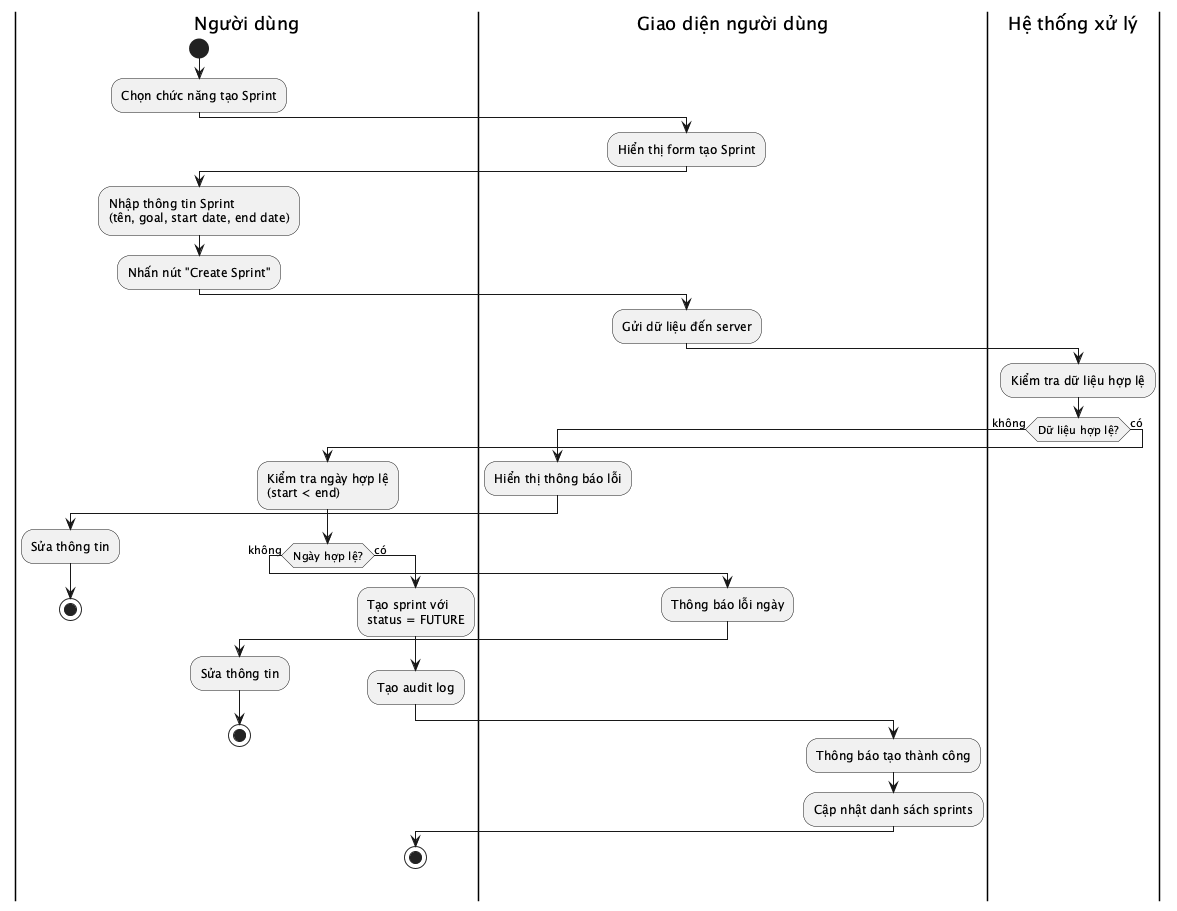
This is reports/dat-examples/report/images/act_create_sprint.png from toantran292/datn, a PlantUML export, as it was before one commit.
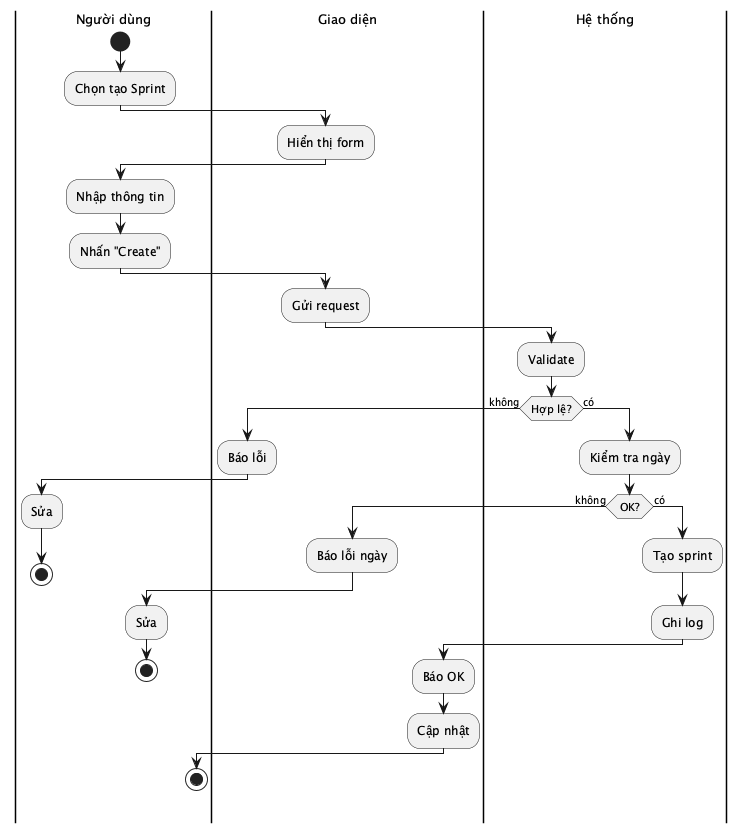
After the change.

Change to the diagram source:
```diff
@@ -1,39 +1,49 @@
 @startuml act_create_sprint
+skinparam defaultFontSize 13
+skinparam activityFontSize 12
+skinparam activityDiamondFontSize 11
+skinparam activityArrowFontSize 10
+skinparam partitionFontSize 13
+
 |Người dùng|
 start
-:Chọn chức năng tạo Sprint;
-|Giao diện người dùng|
-:Hiển thị form tạo Sprint;
+:Chọn tạo Sprint;
+
+|Giao diện|
+:Hiển thị form;
+
 |Người dùng|
-:Nhập thông tin Sprint
-(tên, goal, start date, end date);
-:Nhấn nút "Create Sprint";
-|Giao diện người dùng|
-:Gửi dữ liệu đến server;
-|Hệ thống xử lý|
-:Kiểm tra dữ liệu hợp lệ;
-if (Dữ liệu hợp lệ?) then (không)
-  |Giao diện người dùng|
-  :Hiển thị thông báo lỗi;
+:Nhập thông tin;
+:Nhấn "Create";
+
+|Giao diện|
+:Gửi request;
+
+|Hệ thống|
+:Validate;
+
+if (Hợp lệ?) then (không)
+  |Giao diện|
+  :Báo lỗi;
   |Người dùng|
-  :Sửa thông tin;
+  :Sửa;
   stop
 else (có)
-  :Kiểm tra ngày hợp lệ
-  (start < end);
-  if (Ngày hợp lệ?) then (không)
-    |Giao diện người dùng|
-    :Thông báo lỗi ngày;
+  |Hệ thống|
+  :Kiểm tra ngày;
+  if (OK?) then (không)
+    |Giao diện|
+    :Báo lỗi ngày;
     |Người dùng|
-    :Sửa thông tin;
+    :Sửa;
     stop
   else (có)
-    :Tạo sprint với
-    status = FUTURE;
-    :Tạo audit log;
-    |Giao diện người dùng|
-    :Thông báo tạo thành công;
-    :Cập nhật danh sách sprints;
+    |Hệ thống|
+    :Tạo sprint;
+    :Ghi log;
+    |Giao diện|
+    :Báo OK;
+    :Cập nhật;
     |Người dùng|
     stop
   endif
```
